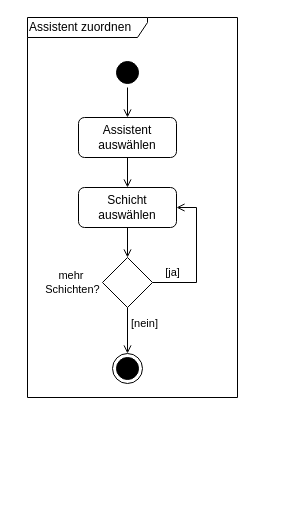
The draw.io diagram 4_Entwurf/4_UML/4_UML_Aktivitätsdiagramme/draw.io/ad_AssistentZuordnen.drawio in annikalenneper/praxisprojekt_mi_bachelor_SoSe24, before the edit. Source tidied: cells renumbered, new cells numbered last; positions are measured from the earlier drawing's top-left corner, leaving out a move shared by most shapes. Both pictures are drawn from the tidied source at 100%, with x=0, y=0 at pixel (27, 17).
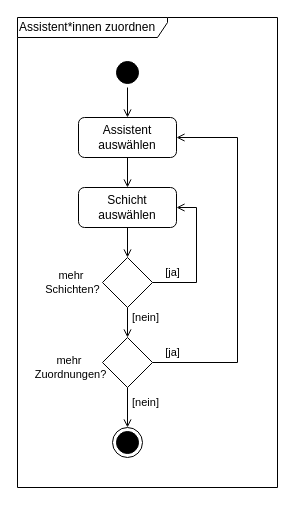
The same page after the edit.

Commit message:
updated ad "assign assistent" for multiple assignments

Unchanged cells that the change refers to:
```xml
<mxCell id="6" value="Assistent auswählen" style="rounded=1;whiteSpace=wrap;html=1;" parent="1" vertex="1">
  <mxGeometry x="51" y="100" width="98" height="40" as="geometry" />
</mxCell>
<mxCell id="12" style="rhombus;whiteSpace=wrap;html=1;fontFamily=Helvetica;fontSize=11;fontColor=default;labelBackgroundColor=default;" parent="1" vertex="1">
  <mxGeometry x="75" y="240" width="50" height="50" as="geometry" />
</mxCell>
```

The edit, as a diff of the source:
```diff
@@
+    <mxCell id="16" value="mehr&amp;nbsp;&lt;div&gt;Zuordnungen?&lt;/div&gt;" style="text;html=1;align=center;verticalAlign=middle;strokeColor=none;fillColor=none;fontFamily=Helvetica;fontSize=11;fontColor=default;labelBackgroundColor=default;" parent="1" vertex="1">
+      <mxGeometry x="-7" y="330" width="100" height="40" as="geometry" />
+    </mxCell>
-    <mxCell id="2" value="Assistent zuordnen" style="shape=umlFrame;whiteSpace=wrap;html=1;width=120;height=20;align=left;" parent="1" vertex="1">
-      <mxGeometry width="210" height="380" as="geometry" />
+    <mxCell id="2" value="Assistent*innen zuordnen" style="shape=umlFrame;whiteSpace=wrap;html=1;width=150;height=20;align=left;" parent="1" vertex="1">
+      <mxGeometry x="-10" width="260" height="470" as="geometry" />
     </mxCell>
@@
     <mxCell id="7" style="ellipse;html=1;shape=endState;fillColor=#000000;strokeColor=#000000;" parent="1" vertex="1">
-      <mxGeometry x="85" y="336" width="30" height="30" as="geometry" />
+      <mxGeometry x="85" y="410" width="30" height="30" as="geometry" />
     </mxCell>
@@
-    <mxCell id="10" style="edgeStyle=orthogonalEdgeStyle;rounded=0;jettySize=auto;html=1;entryX=0.5;entryY=0;entryDx=0;entryDy=0;strokeColor=default;align=center;verticalAlign=middle;fontFamily=Helvetica;fontSize=11;fontColor=default;labelBackgroundColor=default;endArrow=open;endFill=0;" parent="1" edge="1" source="12" target="7">
-      <mxGeometry relative="1" as="geometry" />
-    </mxCell>
@@
+    <mxCell id="17" style="edgeStyle=orthogonalEdgeStyle;rounded=0;jettySize=auto;html=1;entryX=0.5;entryY=0;entryDx=0;entryDy=0;endArrow=open;endFill=0;" parent="1" edge="1" source="12" target="20">
+      <mxGeometry relative="1" as="geometry" />
+    </mxCell>
@@
     <mxCell id="15" value="[nein]" style="text;html=1;align=center;verticalAlign=middle;strokeColor=none;fillColor=none;fontFamily=Helvetica;fontSize=11;fontColor=default;labelBackgroundColor=default;" parent="1" vertex="1">
-      <mxGeometry x="92" y="291" width="50" height="30" as="geometry" />
+      <mxGeometry x="93" y="285" width="50" height="30" as="geometry" />
     </mxCell>
+    <mxCell id="18" style="edgeStyle=orthogonalEdgeStyle;rounded=0;jettySize=auto;html=1;endArrow=open;endFill=0;" parent="1" edge="1" source="20" target="7">
+      <mxGeometry relative="1" as="geometry" />
+    </mxCell>
+    <mxCell id="19" style="edgeStyle=orthogonalEdgeStyle;rounded=0;jettySize=auto;html=1;entryX=1;entryY=0.5;entryDx=0;entryDy=0;endArrow=open;endFill=0;" parent="1" edge="1" source="20" target="6">
+      <mxGeometry relative="1" as="geometry">
+        <Array as="points">
+          <mxPoint x="210" y="345" />
+          <mxPoint x="210" y="120" />
+        </Array>
+      </mxGeometry>
+    </mxCell>
+    <mxCell id="20" style="rhombus;whiteSpace=wrap;html=1;" parent="1" vertex="1">
+      <mxGeometry x="75" y="320" width="50" height="50" as="geometry" />
+    </mxCell>
+    <mxCell id="21" value="[nein]" style="text;html=1;align=center;verticalAlign=middle;strokeColor=none;fillColor=none;fontFamily=Helvetica;fontSize=11;fontColor=default;labelBackgroundColor=default;" parent="1" vertex="1">
+      <mxGeometry x="93" y="370" width="50" height="30" as="geometry" />
+    </mxCell>
+    <mxCell id="22" value="[ja]" style="text;html=1;align=center;verticalAlign=middle;strokeColor=none;fillColor=none;fontFamily=Helvetica;fontSize=11;fontColor=default;labelBackgroundColor=default;" parent="1" vertex="1">
+      <mxGeometry x="125" y="320" width="40" height="30" as="geometry" />
+    </mxCell>
```
